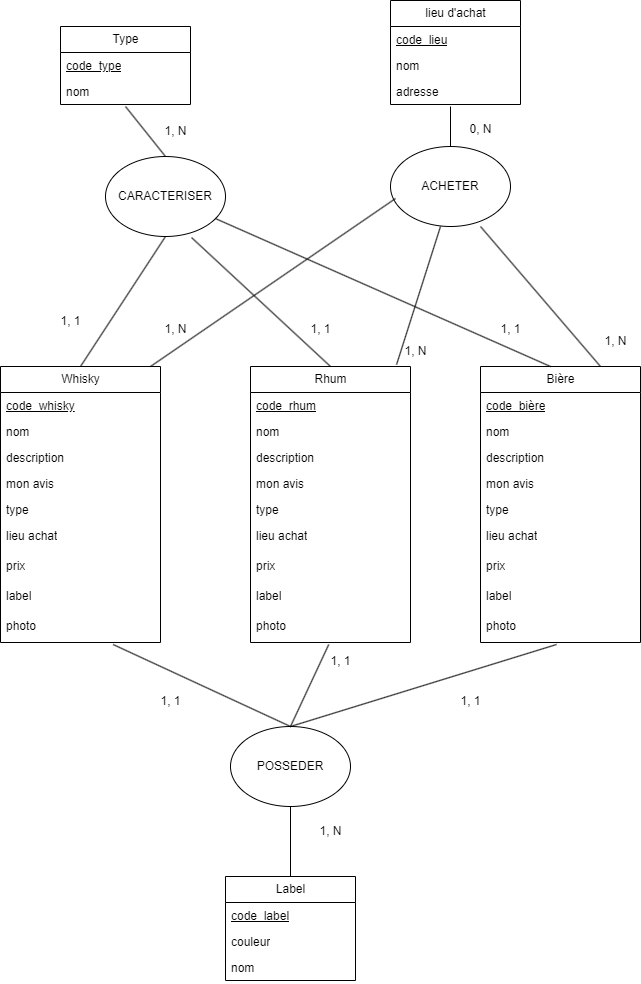
The draw.io diagram Docs/mcd.drawio.png in AnthonyMarcelin/SpiritsManagement-API, before a commit. Source tidied: cells renumbered, new cells last; positions are measured from the earlier drawing's top-left corner, leaving out a move shared by most shapes.
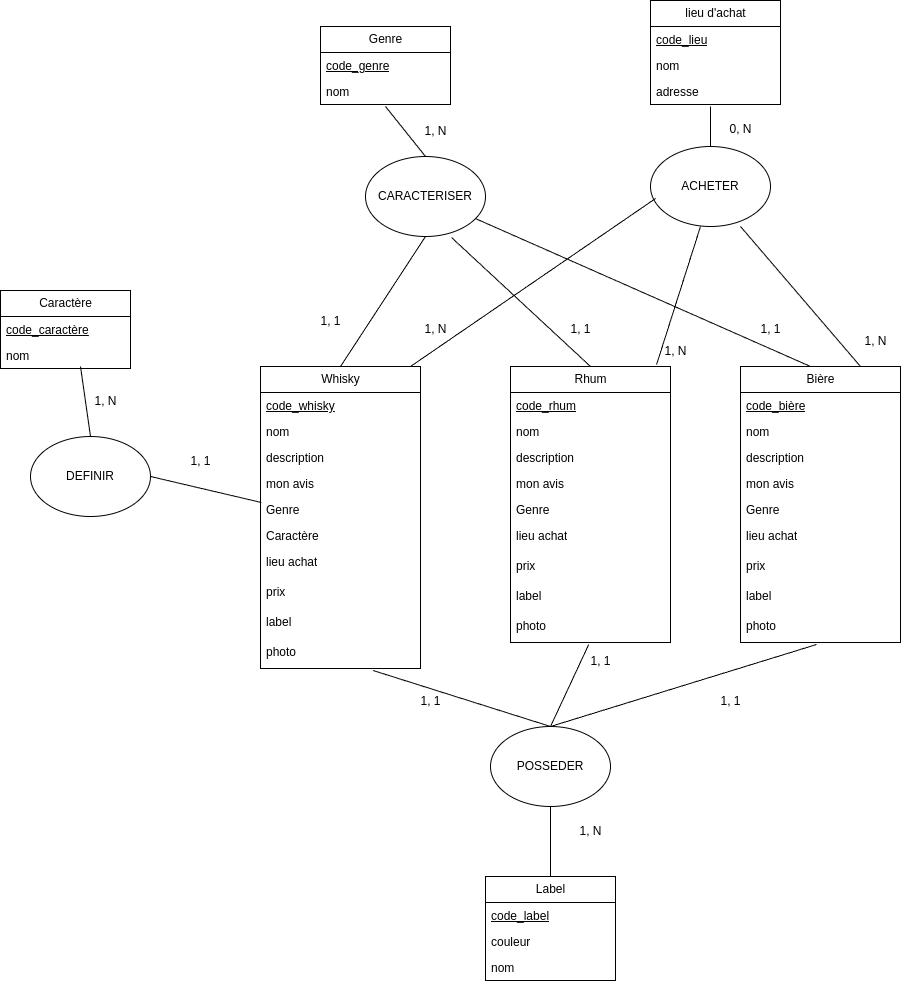
After the change.

The edit, as a diff of the source:
```diff
@@ -3,7 +3,7 @@
     <mxCell id="0" />
     <mxCell id="1" parent="0" />
     <mxCell id="2" value="Whisky" style="swimlane;fontStyle=0;horizontal=1;startSize=26;fillColor=none;html=1;" parent="1" vertex="1">
-      <mxGeometry y="366" width="160" height="276" as="geometry" />
+      <mxGeometry y="366" width="160" height="302" as="geometry" />
     </mxCell>
     <mxCell id="3" value="&lt;u&gt;code_whisky&lt;/u&gt;" style="text;strokeColor=none;fillColor=none;align=left;verticalAlign=top;spacingLeft=4;spacingRight=4;overflow=hidden;whiteSpace=wrap;html=1;" parent="2" vertex="1">
       <mxGeometry y="26" width="160" height="26" as="geometry" />
@@ -17,20 +17,23 @@
     <mxCell id="6" value="mon avis" style="text;strokeColor=none;fillColor=none;align=left;verticalAlign=top;spacingLeft=4;spacingRight=4;overflow=hidden;whiteSpace=wrap;html=1;" parent="2" vertex="1">
       <mxGeometry y="104" width="160" height="26" as="geometry" />
     </mxCell>
-    <mxCell id="7" value="type" style="text;strokeColor=none;fillColor=none;align=left;verticalAlign=top;spacingLeft=4;spacingRight=4;overflow=hidden;points=[[0,0.5],[1,0.5]];portConstraint=eastwest;whiteSpace=wrap;html=1;" parent="2" vertex="1">
+    <mxCell id="7" value="Genre" style="text;strokeColor=none;fillColor=none;align=left;verticalAlign=top;spacingLeft=4;spacingRight=4;overflow=hidden;points=[[0,0.5],[1,0.5]];portConstraint=eastwest;whiteSpace=wrap;html=1;" parent="2" vertex="1">
       <mxGeometry y="130" width="160" height="26" as="geometry" />
     </mxCell>
+    <mxCell id="70" value="Caractère" style="text;strokeColor=none;fillColor=none;align=left;verticalAlign=top;spacingLeft=4;spacingRight=4;overflow=hidden;whiteSpace=wrap;html=1;" parent="2" vertex="1">
+      <mxGeometry y="156" width="160" height="26" as="geometry" />
+    </mxCell>
     <mxCell id="8" value="lieu achat" style="text;strokeColor=none;fillColor=none;align=left;verticalAlign=top;spacingLeft=4;spacingRight=4;overflow=hidden;whiteSpace=wrap;html=1;" parent="2" vertex="1">
-      <mxGeometry y="156" width="160" height="30" as="geometry" />
+      <mxGeometry y="182" width="160" height="30" as="geometry" />
     </mxCell>
     <mxCell id="9" value="prix" style="text;strokeColor=none;fillColor=none;align=left;verticalAlign=top;spacingLeft=4;spacingRight=4;overflow=hidden;whiteSpace=wrap;html=1;" parent="2" vertex="1">
-      <mxGeometry y="186" width="160" height="30" as="geometry" />
+      <mxGeometry y="212" width="160" height="30" as="geometry" />
     </mxCell>
     <mxCell id="10" value="label" style="text;strokeColor=none;fillColor=none;align=left;verticalAlign=top;spacingLeft=4;spacingRight=4;overflow=hidden;whiteSpace=wrap;html=1;" parent="2" vertex="1">
-      <mxGeometry y="216" width="160" height="30" as="geometry" />
+      <mxGeometry y="242" width="160" height="30" as="geometry" />
     </mxCell>
     <mxCell id="11" value="photo" style="text;strokeColor=none;fillColor=none;align=left;verticalAlign=top;spacingLeft=4;spacingRight=4;overflow=hidden;points=[[0,0.5],[1,0.5]];portConstraint=eastwest;whiteSpace=wrap;html=1;" parent="2" vertex="1">
-      <mxGeometry y="246" width="160" height="30" as="geometry" />
+      <mxGeometry y="272" width="160" height="30" as="geometry" />
     </mxCell>
     <mxCell id="12" value="Rhum" style="swimlane;fontStyle=0;horizontal=1;startSize=26;fillColor=none;html=1;" parent="1" vertex="1">
       <mxGeometry x="250" y="366" width="160" height="276" as="geometry" />
@@ -47,7 +50,7 @@
     <mxCell id="16" value="mon avis" style="text;strokeColor=none;fillColor=none;align=left;verticalAlign=top;spacingLeft=4;spacingRight=4;overflow=hidden;whiteSpace=wrap;html=1;" parent="12" vertex="1">
       <mxGeometry y="104" width="160" height="26" as="geometry" />
     </mxCell>
-    <mxCell id="17" value="type" style="text;strokeColor=none;fillColor=none;align=left;verticalAlign=top;spacingLeft=4;spacingRight=4;overflow=hidden;whiteSpace=wrap;html=1;" parent="12" vertex="1">
+    <mxCell id="17" value="Genre" style="text;strokeColor=none;fillColor=none;align=left;verticalAlign=top;spacingLeft=4;spacingRight=4;overflow=hidden;whiteSpace=wrap;html=1;" parent="12" vertex="1">
       <mxGeometry y="130" width="160" height="26" as="geometry" />
     </mxCell>
     <mxCell id="18" value="lieu achat" style="text;strokeColor=none;fillColor=none;align=left;verticalAlign=top;spacingLeft=4;spacingRight=4;overflow=hidden;whiteSpace=wrap;html=1;" parent="12" vertex="1">
@@ -77,7 +80,7 @@
     <mxCell id="26" value="mon avis" style="text;strokeColor=none;fillColor=none;align=left;verticalAlign=top;spacingLeft=4;spacingRight=4;overflow=hidden;whiteSpace=wrap;html=1;" parent="22" vertex="1">
       <mxGeometry y="104" width="160" height="26" as="geometry" />
     </mxCell>
-    <mxCell id="27" value="type" style="text;strokeColor=none;fillColor=none;align=left;verticalAlign=top;spacingLeft=4;spacingRight=4;overflow=hidden;whiteSpace=wrap;html=1;" parent="22" vertex="1">
+    <mxCell id="27" value="Genre" style="text;strokeColor=none;fillColor=none;align=left;verticalAlign=top;spacingLeft=4;spacingRight=4;overflow=hidden;whiteSpace=wrap;html=1;" parent="22" vertex="1">
       <mxGeometry y="130" width="160" height="26" as="geometry" />
     </mxCell>
     <mxCell id="28" value="lieu achat" style="text;strokeColor=none;fillColor=none;align=left;verticalAlign=top;spacingLeft=4;spacingRight=4;overflow=hidden;whiteSpace=wrap;html=1;" parent="22" vertex="1">
@@ -133,10 +136,10 @@
     <mxCell id="44" value="1, N" style="text;html=1;align=center;verticalAlign=middle;strokeColor=none;fillColor=none;" parent="1" vertex="1">
       <mxGeometry x="305" y="816" width="50" height="30" as="geometry" />
     </mxCell>
-    <mxCell id="45" value="Type" style="swimlane;fontStyle=0;horizontal=1;startSize=26;fillColor=none;html=1;" parent="1" vertex="1">
+    <mxCell id="45" value="Genre" style="swimlane;fontStyle=0;horizontal=1;startSize=26;fillColor=none;html=1;" parent="1" vertex="1">
       <mxGeometry x="60" y="26" width="130" height="78" as="geometry" />
     </mxCell>
-    <mxCell id="46" value="&lt;u&gt;code_type&lt;/u&gt;" style="text;strokeColor=none;fillColor=none;align=left;verticalAlign=top;spacingLeft=4;spacingRight=4;overflow=hidden;whiteSpace=wrap;html=1;" parent="45" vertex="1">
+    <mxCell id="46" value="&lt;u&gt;code_genre&lt;/u&gt;" style="text;strokeColor=none;fillColor=none;align=left;verticalAlign=top;spacingLeft=4;spacingRight=4;overflow=hidden;whiteSpace=wrap;html=1;" parent="45" vertex="1">
       <mxGeometry y="26" width="130" height="26" as="geometry" />
     </mxCell>
     <mxCell id="47" value="nom" style="text;strokeColor=none;fillColor=none;align=left;verticalAlign=top;spacingLeft=4;spacingRight=4;overflow=hidden;points=[[0,0.5],[1,0.5]];portConstraint=eastwest;whiteSpace=wrap;html=1;" parent="45" vertex="1">
@@ -218,5 +221,33 @@
     <mxCell id="69" value="1, N" style="text;html=1;align=center;verticalAlign=middle;strokeColor=none;fillColor=none;" parent="1" vertex="1">
       <mxGeometry x="150" y="314" width="50" height="30" as="geometry" />
     </mxCell>
+    <mxCell id="71" value="Caractère" style="swimlane;fontStyle=0;horizontal=1;startSize=26;fillColor=none;html=1;" parent="1" vertex="1">
+      <mxGeometry x="-260" y="290" width="130" height="78" as="geometry" />
+    </mxCell>
+    <mxCell id="72" value="&lt;u&gt;code_caractère&lt;/u&gt;" style="text;strokeColor=none;fillColor=none;align=left;verticalAlign=top;spacingLeft=4;spacingRight=4;overflow=hidden;whiteSpace=wrap;html=1;" parent="71" vertex="1">
+      <mxGeometry y="26" width="130" height="26" as="geometry" />
+    </mxCell>
+    <mxCell id="73" value="nom" style="text;strokeColor=none;fillColor=none;align=left;verticalAlign=top;spacingLeft=4;spacingRight=4;overflow=hidden;whiteSpace=wrap;html=1;" parent="71" vertex="1">
+      <mxGeometry y="52" width="130" height="26" as="geometry" />
+    </mxCell>
+    <mxCell id="74" value="DEFINIR" style="ellipse;whiteSpace=wrap;html=1;" parent="1" vertex="1">
+      <mxGeometry x="-230" y="436" width="120" height="80" as="geometry" />
+    </mxCell>
+    <mxCell id="75" style="endArrow=none;html=1;exitX=0.5;exitY=0;exitDx=0;exitDy=0;" parent="1" edge="1" source="74">
+      <mxGeometry relative="1" as="geometry">
+        <mxPoint x="-180" y="366" as="targetPoint" />
+      </mxGeometry>
+    </mxCell>
+    <mxCell id="76" style="endArrow=none;html=1;entryX=0.006;entryY=0.231;entryDx=0;entryDy=0;entryPerimeter=0;" parent="1" edge="1" target="7">
+      <mxGeometry relative="1" as="geometry">
+        <mxPoint x="-110" y="476" as="sourcePoint" />
+      </mxGeometry>
+    </mxCell>
+    <mxCell id="77" value="1, N" style="text;html=1;align=center;verticalAlign=middle;strokeColor=none;fillColor=none;" parent="1" vertex="1">
+      <mxGeometry x="-180" y="386" width="50" height="30" as="geometry" />
+    </mxCell>
+    <mxCell id="78" value="1, 1" style="text;html=1;align=center;verticalAlign=middle;strokeColor=none;fillColor=none;" parent="1" vertex="1">
+      <mxGeometry x="-80" y="446" width="40" height="30" as="geometry" />
+    </mxCell>
   </root>
 </mxGraphModel>
```
